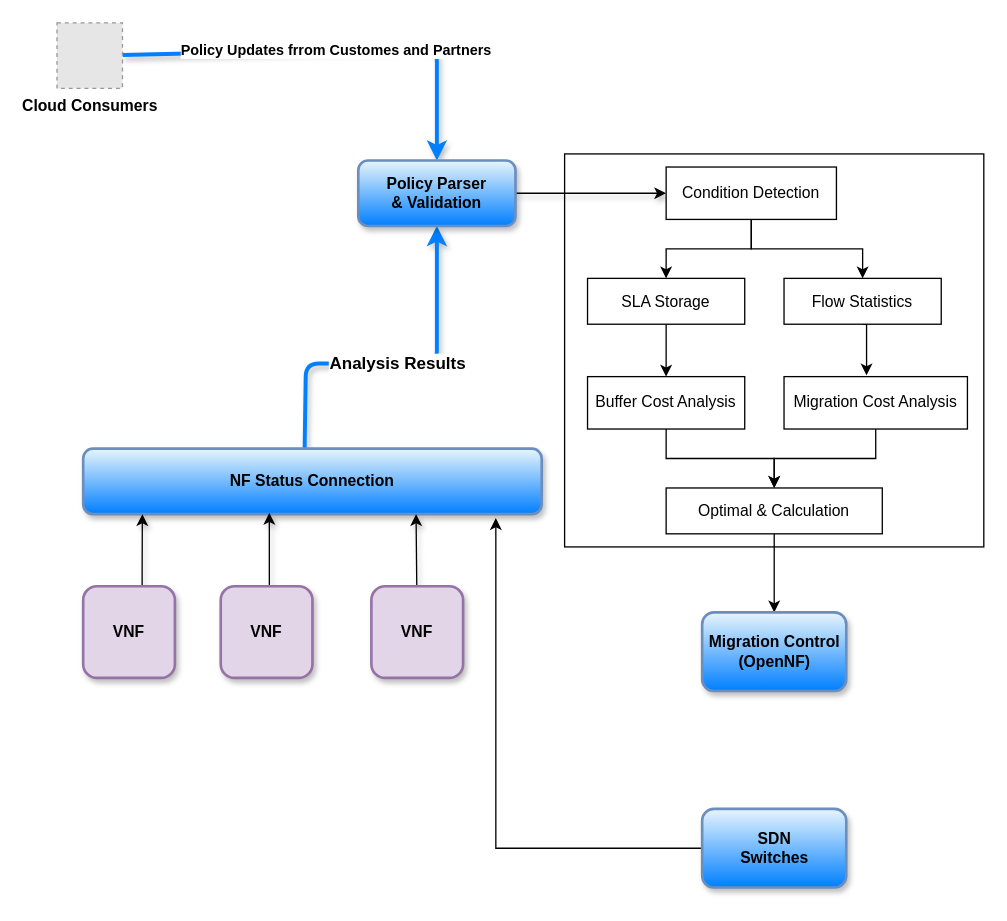
Before: Elastic flow management.drawio in nhbinh/draw.io, a draw.io diagram. Source tidied: cells renumbered, new cells numbered last; positions are measured from the earlier drawing's top-left corner, leaving out a move shared by most shapes. Both pictures are drawn from the tidied source at 131%, with x=0, y=0 at pixel (56, 22). Pictures stored in the file or linked from it are replaced by grey dashed boxes.
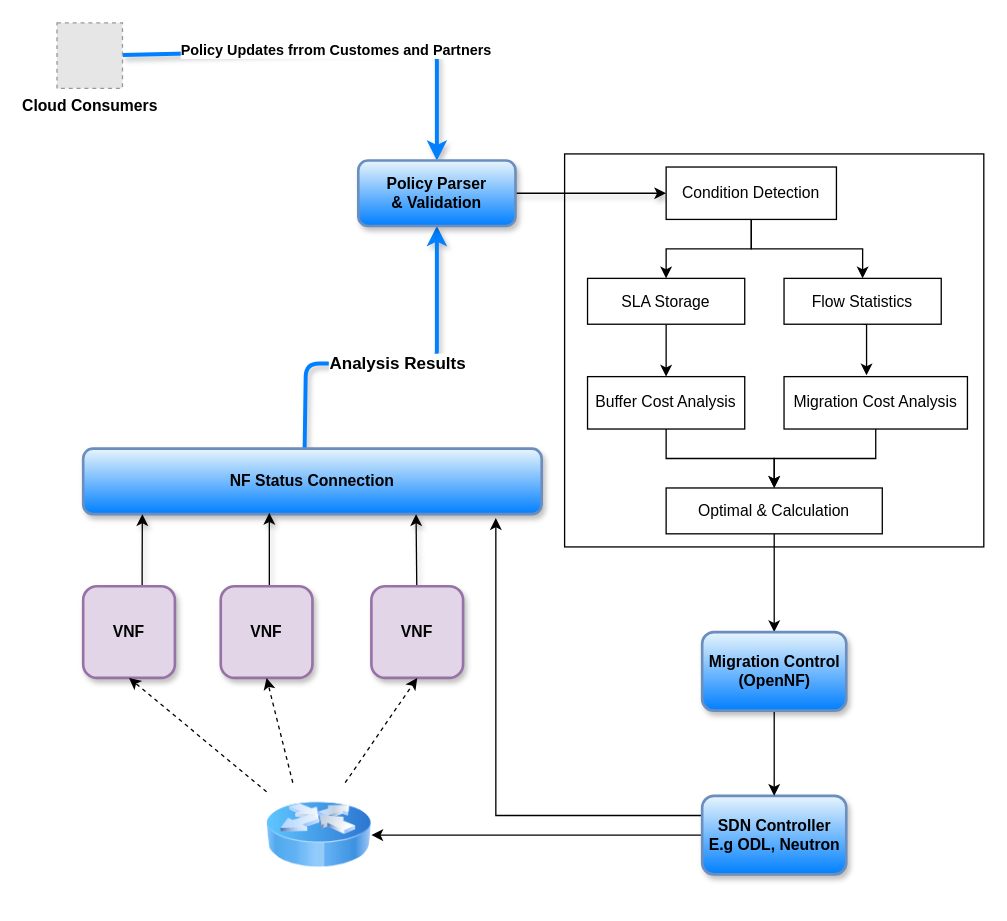
Above is the later version.

The change refers to these unchanged cells:
```xml
<mxCell id="8" value="&lt;b&gt;NF Status Connection&lt;/b&gt;" style="rounded=1;whiteSpace=wrap;html=1;fillColor=#E8F5FC;strokeColor=#6c8ebf;gradientColor=#007FFF;strokeWidth=2;glass=0;shadow=1;comic=0;" parent="1" vertex="1">
  <mxGeometry x="20" y="325" width="350" height="50" as="geometry" />
</mxCell>
<mxCell id="12" value="&lt;b&gt;VNF&lt;/b&gt;" style="whiteSpace=wrap;html=1;rounded=1;shadow=1;glass=0;comic=0;strokeWidth=2;fillColor=#e1d5e7;strokeColor=#9673a6;gradientDirection=north;flipH=1;" parent="1" vertex="1">
  <mxGeometry x="20" y="430" width="70" height="70" as="geometry" />
</mxCell>
<mxCell id="14" value="&lt;b&gt;VNF&lt;/b&gt;" style="whiteSpace=wrap;html=1;rounded=1;shadow=1;glass=0;comic=0;strokeWidth=2;fillColor=#e1d5e7;strokeColor=#9673a6;gradientDirection=north;flipH=1;" parent="1" vertex="1">
  <mxGeometry x="125" y="430" width="70" height="70" as="geometry" />
</mxCell>
<mxCell id="16" value="&lt;b&gt;VNF&lt;/b&gt;" style="whiteSpace=wrap;html=1;rounded=1;shadow=1;glass=0;comic=0;strokeWidth=2;fillColor=#e1d5e7;strokeColor=#9673a6;gradientDirection=north;flipH=1;" parent="1" vertex="1">
  <mxGeometry x="240" y="430" width="70" height="70" as="geometry" />
</mxCell>
```

Diff of the diagram source:
```diff
@@
-    <mxCell id="5" style="edgeStyle=orthogonalEdgeStyle;rounded=0;jettySize=auto;html=1;entryX=0.9;entryY=1.06;entryDx=0;entryDy=0;entryPerimeter=0;" parent="1" edge="1" source="6" target="8">
-      <mxGeometry relative="1" as="geometry" />
+    <mxCell id="5" style="edgeStyle=orthogonalEdgeStyle;rounded=0;jettySize=auto;html=1;entryX=0.9;entryY=1.06;entryDx=0;entryDy=0;entryPerimeter=0;exitX=0;exitY=0.25;exitDx=0;exitDy=0;" parent="1" edge="1" source="6" target="8">
+      <mxGeometry relative="1" as="geometry">
+        <Array as="points">
+          <mxPoint x="335" y="605" />
+        </Array>
+      </mxGeometry>
     </mxCell>
+    <mxCell id="31" style="edgeStyle=none;rounded=0;jettySize=auto;html=1;entryX=1;entryY=0.5;entryDx=0;entryDy=0;" parent="1" edge="1" source="6" target="36">
+      <mxGeometry relative="1" as="geometry" />
+    </mxCell>
-    <mxCell id="6" value="&lt;b&gt;SDN&lt;br&gt;Switches&lt;br&gt;&lt;/b&gt;" style="rounded=1;whiteSpace=wrap;html=1;fillColor=#E8F5FC;strokeColor=#6c8ebf;gradientColor=#007FFF;strokeWidth=2;glass=0;shadow=1;comic=0;" parent="1" vertex="1">
-      <mxGeometry x="492.5" y="600" width="110" height="60" as="geometry" />
+    <mxCell id="6" value="&lt;b&gt;SDN Controller&lt;br&gt;E.g ODL, Neutron&lt;br&gt;&lt;/b&gt;" style="rounded=1;whiteSpace=wrap;html=1;fillColor=#E8F5FC;strokeColor=#6c8ebf;gradientColor=#007FFF;strokeWidth=2;glass=0;shadow=1;comic=0;" parent="1" vertex="1">
+      <mxGeometry x="492.5" y="590" width="110" height="60" as="geometry" />
     </mxCell>
@@
+    <mxCell id="32" style="edgeStyle=orthogonalEdgeStyle;rounded=0;jettySize=auto;html=1;exitX=0.5;exitY=1;exitDx=0;exitDy=0;entryX=0.5;entryY=0;entryDx=0;entryDy=0;" parent="1" edge="1" source="30" target="6">
+      <mxGeometry relative="1" as="geometry" />
+    </mxCell>
     <mxCell id="30" value="&lt;b&gt;Migration Control&lt;br&gt;(OpenNF)&lt;br&gt;&lt;/b&gt;" style="rounded=1;whiteSpace=wrap;html=1;fillColor=#E8F5FC;strokeColor=#6c8ebf;gradientColor=#007FFF;strokeWidth=2;glass=0;shadow=1;comic=0;" parent="1" vertex="1">
-      <mxGeometry x="492.5" y="450" width="110" height="60" as="geometry" />
+      <mxGeometry x="492.5" y="465" width="110" height="60" as="geometry" />
     </mxCell>
+    <mxCell id="33" style="rounded=0;jettySize=auto;html=1;entryX=0.5;entryY=1;entryDx=0;entryDy=0;dashed=1;" parent="1" edge="1" source="36" target="12">
+      <mxGeometry relative="1" as="geometry" />
+    </mxCell>
+    <mxCell id="34" style="rounded=0;jettySize=auto;html=1;exitX=0.25;exitY=0;exitDx=0;exitDy=0;entryX=0.5;entryY=1;entryDx=0;entryDy=0;dashed=1;" parent="1" edge="1" source="36" target="14">
+      <mxGeometry relative="1" as="geometry" />
+    </mxCell>
+    <mxCell id="35" style="rounded=0;jettySize=auto;html=1;exitX=0.75;exitY=0;exitDx=0;exitDy=0;entryX=0.5;entryY=1;entryDx=0;entryDy=0;dashed=1;" parent="1" edge="1" source="36" target="16">
+      <mxGeometry relative="1" as="geometry" />
+    </mxCell>
+    <mxCell id="36" style="image;html=1;labelBackgroundColor=#ffffff;image=img/lib/clip_art/networking/Router_Icon_128x128.png;" parent="1" vertex="1">
+      <mxGeometry x="160" y="580" width="80" height="80" as="geometry" />
+    </mxCell>
```
